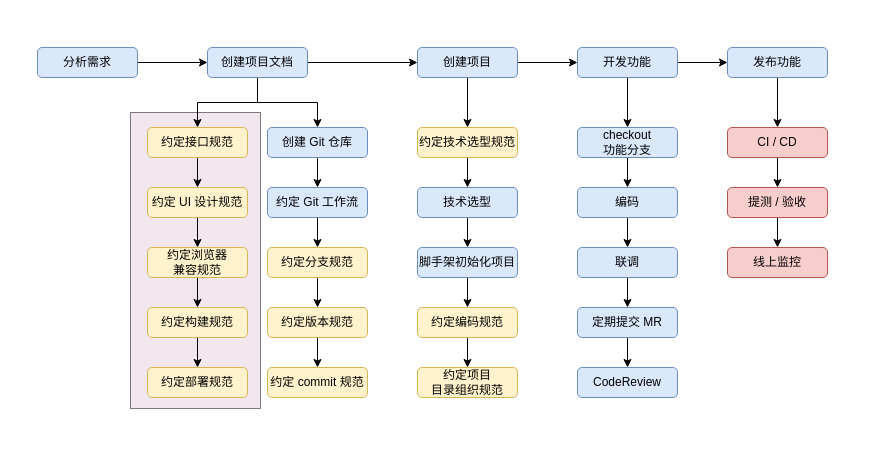
Before: page "Page-5" (5 of 6) of Untitled Diagram.drawio in leer0911/draw.io, a draw.io diagram. Source tidied: cells renumbered, new cells numbered last; positions are measured from the earlier drawing's top-left corner, leaving out a move shared by most shapes. Both pictures are drawn from the tidied source at 100%, with x=0, y=0 at pixel (17, 17).
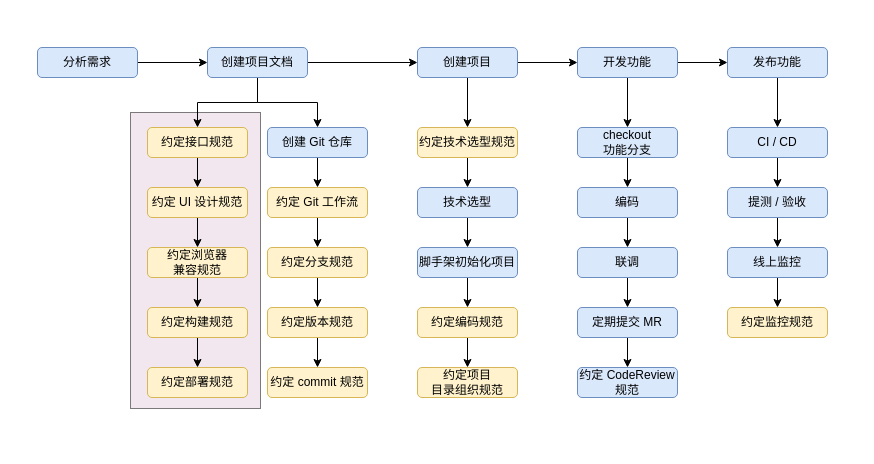
The same diagram, later.

The edit, as a diff of the source:
```diff
@@
-    <mxCell id="11" value="约定 Git 工作流" style="rounded=1;whiteSpace=wrap;html=1;fillColor=#dae8fc;strokeColor=#6c8ebf;" parent="1" vertex="1">
+    <mxCell id="11" value="约定 Git 工作流" style="rounded=1;whiteSpace=wrap;html=1;fillColor=#fff2cc;strokeColor=#d6b656;" parent="1" vertex="1">
       <mxGeometry x="250" y="170" width="100" height="30" as="geometry" />
     </mxCell>
@@
-    <mxCell id="48" value="CodeReview" style="rounded=1;whiteSpace=wrap;html=1;fillColor=#dae8fc;strokeColor=#6c8ebf;" parent="1" vertex="1">
+    <mxCell id="48" value="约定 CodeReview 规范" style="rounded=1;whiteSpace=wrap;html=1;fillColor=#dae8fc;strokeColor=#6c8ebf;" parent="1" vertex="1">
       <mxGeometry x="560" y="350" width="100" height="30" as="geometry" />
     </mxCell>
@@
-    <mxCell id="53" value="CI / CD" style="rounded=1;whiteSpace=wrap;html=1;fillColor=#f8cecc;strokeColor=#b85450;" parent="1" vertex="1">
+    <mxCell id="53" value="CI / CD" style="rounded=1;whiteSpace=wrap;html=1;fillColor=#dae8fc;strokeColor=#6c8ebf;" parent="1" vertex="1">
       <mxGeometry x="710" y="110" width="100" height="30" as="geometry" />
     </mxCell>
@@
-    <mxCell id="55" value="提测 / 验收" style="rounded=1;whiteSpace=wrap;html=1;fillColor=#f8cecc;strokeColor=#b85450;" parent="1" vertex="1">
+    <mxCell id="55" value="提测 / 验收" style="rounded=1;whiteSpace=wrap;html=1;fillColor=#dae8fc;strokeColor=#6c8ebf;" parent="1" vertex="1">
       <mxGeometry x="710" y="170" width="100" height="30" as="geometry" />
     </mxCell>
@@
+    <mxCell id="59" style="edgeStyle=orthogonalEdgeStyle;rounded=0;jettySize=auto;html=1;" parent="1" edge="1" source="58" target="60">
+      <mxGeometry relative="1" as="geometry" />
+    </mxCell>
-    <mxCell id="58" value="线上监控" style="rounded=1;whiteSpace=wrap;html=1;fillColor=#f8cecc;strokeColor=#b85450;" parent="1" vertex="1">
+    <mxCell id="58" value="线上监控" style="rounded=1;whiteSpace=wrap;html=1;fillColor=#dae8fc;strokeColor=#6c8ebf;" parent="1" vertex="1">
       <mxGeometry x="710" y="230" width="100" height="30" as="geometry" />
     </mxCell>
+    <mxCell id="60" value="约定监控规范" style="rounded=1;whiteSpace=wrap;html=1;fillColor=#fff2cc;strokeColor=#d6b656;" parent="1" vertex="1">
+      <mxGeometry x="710" y="290" width="100" height="30" as="geometry" />
+    </mxCell>
```
